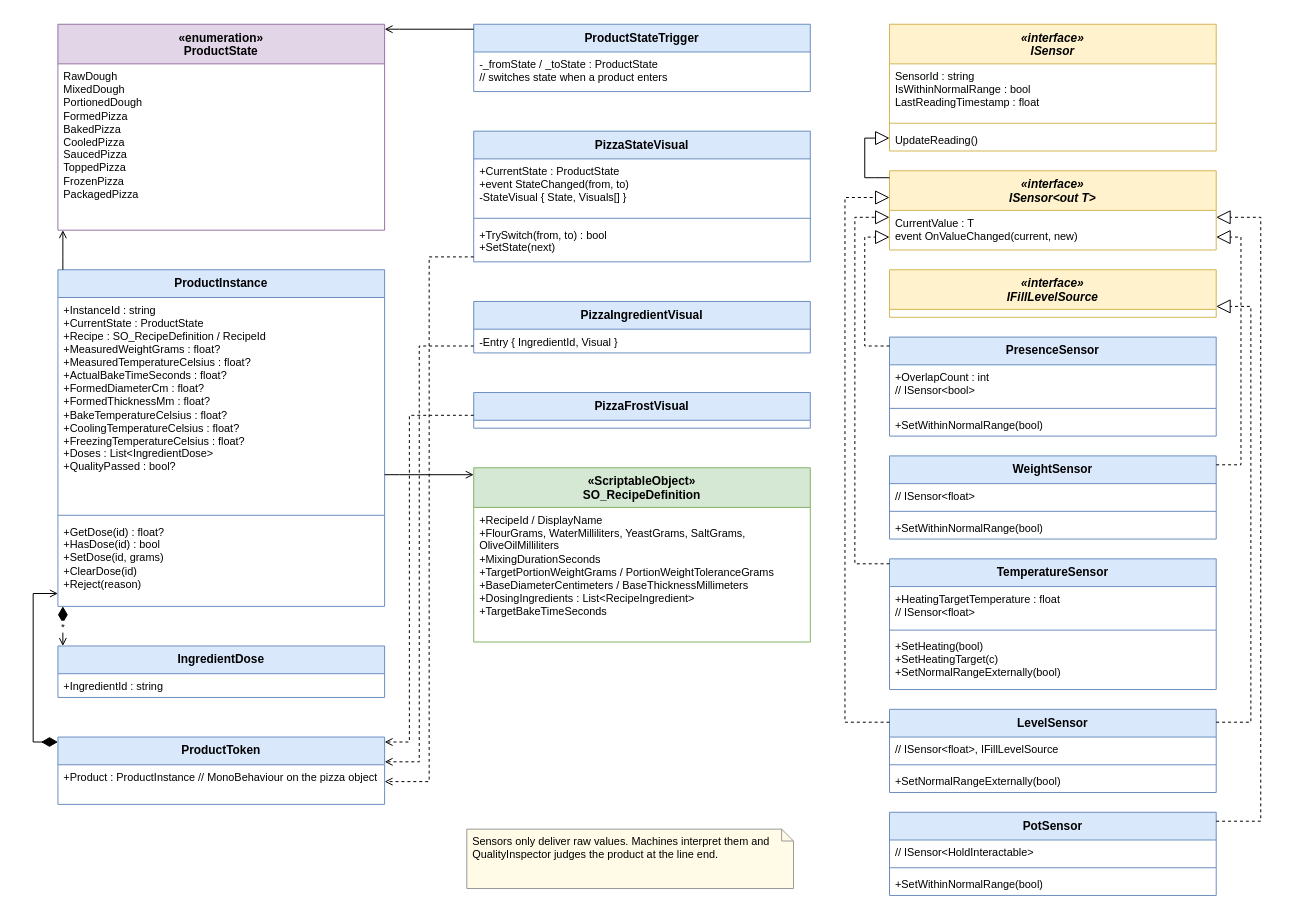
Earlier version of the draw.io diagram page "5 Product & Sensors" (5 of 11) of Docs/UML/FPS-UML.drawio (letusgetLogic/food-production-simulator). Source tidied: cells renumbered, new cells numbered last; positions are measured from the earlier drawing's top-left corner, leaving out a move shared by most shapes. Both pictures are drawn from the tidied source at 99%, with x=0, y=0 at pixel (33, 24).
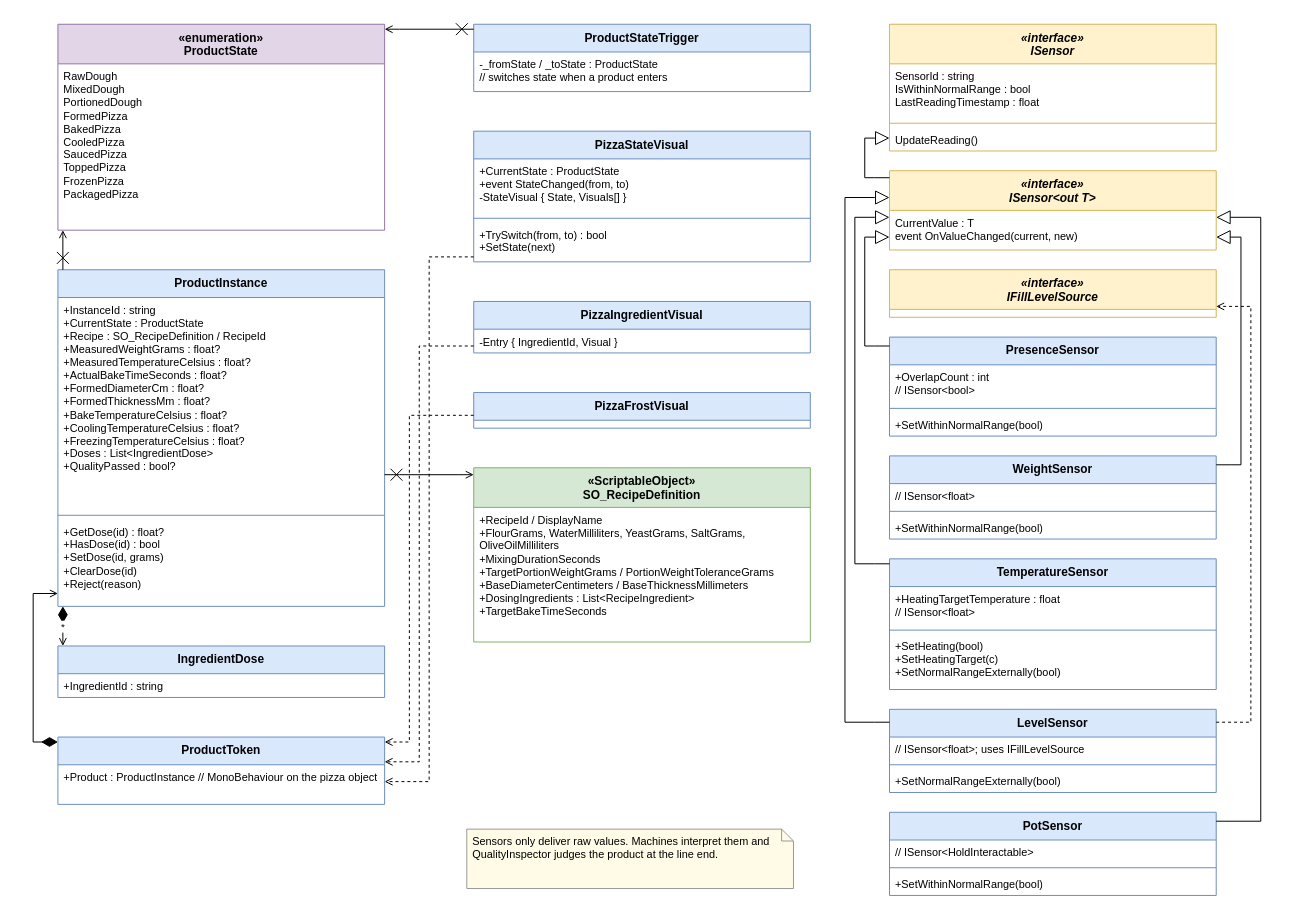
After the change.

Unchanged cells that the change refers to:
```xml
<mxCell id="2" value="«enumeration»&lt;br&gt;ProductState" style="swimlane;fontStyle=1;align=center;verticalAlign=top;horizontal=1;startSize=40;whiteSpace=wrap;html=1;fillColor=#e1d5e7;strokeColor=#9673a6;" parent="1" vertex="1">
  <mxGeometry x="25" width="330" height="208" as="geometry" />
</mxCell>
<mxCell id="4" value="ProductInstance" style="swimlane;fontStyle=1;align=center;verticalAlign=top;horizontal=1;startSize=28;whiteSpace=wrap;html=1;fillColor=#dae8fc;strokeColor=#6c8ebf;" parent="1" vertex="1">
  <mxGeometry x="25" y="248" width="330" height="340" as="geometry" />
</mxCell>
<mxCell id="12" value="ProductStateTrigger" style="swimlane;fontStyle=1;align=center;verticalAlign=top;horizontal=1;startSize=28;whiteSpace=wrap;html=1;fillColor=#dae8fc;strokeColor=#6c8ebf;" parent="1" vertex="1">
  <mxGeometry x="445" width="340" height="68" as="geometry" />
</mxCell>
<mxCell id="22" value="«ScriptableObject»&lt;br&gt;SO_RecipeDefinition" style="swimlane;fontStyle=1;align=center;verticalAlign=top;horizontal=1;startSize=40;whiteSpace=wrap;html=1;fillColor=#d5e8d4;strokeColor=#82b366;" parent="1" vertex="1">
  <mxGeometry x="445" y="448" width="340" height="176" as="geometry" />
</mxCell>
<mxCell id="28" value="«interface»&lt;br&gt;ISensor&amp;lt;out T&amp;gt;" style="swimlane;fontStyle=3;align=center;verticalAlign=top;horizontal=1;startSize=40;whiteSpace=wrap;html=1;fillColor=#fff2cc;strokeColor=#d6b656;" parent="1" vertex="1">
  <mxGeometry x="865" y="148" width="330" height="80" as="geometry" />
</mxCell>
<mxCell id="30" value="«interface»&lt;br&gt;IFillLevelSource" style="swimlane;fontStyle=3;align=center;verticalAlign=top;horizontal=1;startSize=40;whiteSpace=wrap;html=1;fillColor=#fff2cc;strokeColor=#d6b656;" parent="1" vertex="1">
  <mxGeometry x="865" y="248" width="330" height="48" as="geometry" />
</mxCell>
<mxCell id="32" value="PresenceSensor" style="swimlane;fontStyle=1;align=center;verticalAlign=top;horizontal=1;startSize=28;whiteSpace=wrap;html=1;fillColor=#dae8fc;strokeColor=#6c8ebf;" parent="1" vertex="1">
  <mxGeometry x="865" y="316" width="330" height="100" as="geometry" />
</mxCell>
<mxCell id="36" value="WeightSensor" style="swimlane;fontStyle=1;align=center;verticalAlign=top;horizontal=1;startSize=28;whiteSpace=wrap;html=1;fillColor=#dae8fc;strokeColor=#6c8ebf;" parent="1" vertex="1">
  <mxGeometry x="865" y="436" width="330" height="84" as="geometry" />
</mxCell>
<mxCell id="40" value="TemperatureSensor" style="swimlane;fontStyle=1;align=center;verticalAlign=top;horizontal=1;startSize=28;whiteSpace=wrap;html=1;fillColor=#dae8fc;strokeColor=#6c8ebf;" parent="1" vertex="1">
  <mxGeometry x="865" y="540" width="330" height="132" as="geometry" />
</mxCell>
<mxCell id="44" value="LevelSensor" style="swimlane;fontStyle=1;align=center;verticalAlign=top;horizontal=1;startSize=28;whiteSpace=wrap;html=1;fillColor=#dae8fc;strokeColor=#6c8ebf;" parent="1" vertex="1">
  <mxGeometry x="865" y="692" width="330" height="84" as="geometry" />
</mxCell>
<mxCell id="48" value="PotSensor" style="swimlane;fontStyle=1;align=center;verticalAlign=top;horizontal=1;startSize=28;whiteSpace=wrap;html=1;fillColor=#dae8fc;strokeColor=#6c8ebf;" parent="1" vertex="1">
  <mxGeometry x="865" y="796" width="330" height="84" as="geometry" />
</mxCell>
```

Change to the diagram source:
```diff
@@
-    <mxCell id="45" value="// ISensor&amp;lt;float&amp;gt;, IFillLevelSource" style="text;strokeColor=none;fillColor=none;align=left;verticalAlign=top;spacingLeft=4;spacingRight=4;overflow=hidden;whiteSpace=wrap;html=1;fontSize=11;" parent="44" vertex="1">
+    <mxCell id="45" value="// ISensor&amp;lt;float&amp;gt;; uses IFillLevelSource" style="text;strokeColor=none;fillColor=none;align=left;verticalAlign=top;spacingLeft=4;spacingRight=4;overflow=hidden;whiteSpace=wrap;html=1;fontSize=11;" parent="44" vertex="1">
       <mxGeometry y="28" width="330" height="24" as="geometry" />
     </mxCell>
@@
-    <mxCell id="54" style="html=1;rounded=0;fontSize=10;labelBackgroundColor=#ffffff;edgeStyle=none;endArrow=block;endFill=0;endSize=12;dashed=1;exitX=0.0000;exitY=0.0900;exitDx=0;exitDy=0;entryX=0.0000;entryY=0.8375;entryDx=0;entryDy=0;" parent="1" edge="1" source="32" target="28">
+    <mxCell id="54" style="html=1;rounded=0;fontSize=10;labelBackgroundColor=#ffffff;edgeStyle=none;endArrow=block;endFill=0;endSize=12;exitX=0.0000;exitY=0.0900;exitDx=0;exitDy=0;entryX=0.0000;entryY=0.8375;entryDx=0;entryDy=0;" parent="1" edge="1" source="32" target="28">
       <mxGeometry relative="1" as="geometry">
         <Array as="points">
           <mxPoint x="850" y="325" />
           <mxPoint x="840" y="325" />
           <mxPoint x="840" y="215" />
           <mxPoint x="850" y="215" />
         </Array>
       </mxGeometry>
     </mxCell>
@@
-    <mxCell id="56" style="html=1;rounded=0;fontSize=10;labelBackgroundColor=#ffffff;edgeStyle=none;endArrow=block;endFill=0;endSize=12;dashed=1;exitX=1.0000;exitY=0.1071;exitDx=0;exitDy=0;entryX=1.0000;entryY=0.8375;entryDx=0;entryDy=0;" parent="1" edge="1" source="36" target="28">
+    <mxCell id="56" style="html=1;rounded=0;fontSize=10;labelBackgroundColor=#ffffff;edgeStyle=none;endArrow=block;endFill=0;endSize=12;exitX=1.0000;exitY=0.1071;exitDx=0;exitDy=0;entryX=1.0000;entryY=0.8375;entryDx=0;entryDy=0;" parent="1" edge="1" source="36" target="28">
       <mxGeometry relative="1" as="geometry">
         <Array as="points">
           <mxPoint x="1210" y="445" />
           <mxPoint x="1220" y="445" />
           <mxPoint x="1220" y="215" />
           <mxPoint x="1210" y="215" />
         </Array>
       </mxGeometry>
     </mxCell>
-    <mxCell id="57" style="html=1;rounded=0;fontSize=10;labelBackgroundColor=#ffffff;edgeStyle=none;endArrow=open;endFill=0;exitX=0.0152;exitY=0.0000;exitDx=0;exitDy=0;entryX=0.0152;entryY=1.0000;entryDx=0;entryDy=0;" parent="1" edge="1" source="4" target="2">
+    <mxCell id="57" style="html=1;rounded=0;fontSize=10;labelBackgroundColor=#ffffff;edgeStyle=none;endArrow=open;endFill=0;exitX=0.0152;exitY=0.0000;exitDx=0;exitDy=0;entryX=0.0152;entryY=1.0000;entryDx=0;entryDy=0;startArrow=cross;startSize=10;startFill=0;" parent="1" edge="1" source="4" target="2">
       <mxGeometry relative="1" as="geometry">
         <Array as="points">
           <mxPoint x="30" y="235" />
           <mxPoint x="30" y="225" />
         </Array>
       </mxGeometry>
     </mxCell>
@@
-    <mxCell id="59" style="html=1;rounded=0;fontSize=10;labelBackgroundColor=#ffffff;edgeStyle=none;endArrow=block;endFill=0;endSize=12;dashed=1;exitX=0.0000;exitY=0.0379;exitDx=0;exitDy=0;entryX=0.0000;entryY=0.5875;entryDx=0;entryDy=0;" parent="1" edge="1" source="40" target="28">
+    <mxCell id="59" style="html=1;rounded=0;fontSize=10;labelBackgroundColor=#ffffff;edgeStyle=none;endArrow=block;endFill=0;endSize=12;exitX=0.0000;exitY=0.0379;exitDx=0;exitDy=0;entryX=0.0000;entryY=0.5875;entryDx=0;entryDy=0;" parent="1" edge="1" source="40" target="28">
       <mxGeometry relative="1" as="geometry">
         <Array as="points">
           <mxPoint x="850" y="545" />
           <mxPoint x="830" y="545" />
           <mxPoint x="830" y="195" />
           <mxPoint x="850" y="195" />
         </Array>
       </mxGeometry>
     </mxCell>
-    <mxCell id="60" style="html=1;rounded=0;fontSize=10;labelBackgroundColor=#ffffff;edgeStyle=none;endArrow=block;endFill=0;endSize=12;dashed=1;exitX=1.0000;exitY=0.1548;exitDx=0;exitDy=0;entryX=1.0000;entryY=0.7708;entryDx=0;entryDy=0;" parent="1" edge="1" source="44" target="30">
+    <mxCell id="60" style="html=1;rounded=0;fontSize=10;labelBackgroundColor=#ffffff;edgeStyle=none;endArrow=open;endFill=0;dashed=1;exitX=1.0000;exitY=0.1548;exitDx=0;exitDy=0;entryX=1.0000;entryY=0.7708;entryDx=0;entryDy=0;" parent="1" edge="1" source="44" target="30">
       <mxGeometry relative="1" as="geometry">
         <Array as="points">
           <mxPoint x="1210" y="705" />
           <mxPoint x="1230" y="705" />
           <mxPoint x="1230" y="285" />
           <mxPoint x="1210" y="285" />
         </Array>
       </mxGeometry>
     </mxCell>
-    <mxCell id="61" style="html=1;rounded=0;fontSize=10;labelBackgroundColor=#ffffff;edgeStyle=none;endArrow=open;endFill=0;exitX=0.0000;exitY=0.0735;exitDx=0;exitDy=0;entryX=1.0000;entryY=0.0240;entryDx=0;entryDy=0;" parent="1" edge="1" source="12" target="2">
+    <mxCell id="61" style="html=1;rounded=0;fontSize=10;labelBackgroundColor=#ffffff;edgeStyle=none;endArrow=open;endFill=0;exitX=0.0000;exitY=0.0735;exitDx=0;exitDy=0;entryX=1.0000;entryY=0.0240;entryDx=0;entryDy=0;startArrow=cross;startSize=10;startFill=0;" parent="1" edge="1" source="12" target="2">
       <mxGeometry relative="1" as="geometry">
         <Array as="points">
           <mxPoint x="430" y="5" />
           <mxPoint x="370" y="5" />
         </Array>
       </mxGeometry>
     </mxCell>
-    <mxCell id="62" style="html=1;rounded=0;fontSize=10;labelBackgroundColor=#ffffff;edgeStyle=none;endArrow=open;endFill=0;exitX=1.0000;exitY=0.6088;exitDx=0;exitDy=0;entryX=0.0000;entryY=0.0398;entryDx=0;entryDy=0;" parent="1" edge="1" source="4" target="22">
+    <mxCell id="62" style="html=1;rounded=0;fontSize=10;labelBackgroundColor=#ffffff;edgeStyle=none;endArrow=open;endFill=0;exitX=1.0000;exitY=0.6088;exitDx=0;exitDy=0;entryX=0.0000;entryY=0.0398;entryDx=0;entryDy=0;startArrow=cross;startSize=10;startFill=0;" parent="1" edge="1" source="4" target="22">
       <mxGeometry relative="1" as="geometry">
         <Array as="points">
           <mxPoint x="370" y="455" />
           <mxPoint x="430" y="455" />
         </Array>
       </mxGeometry>
     </mxCell>
-    <mxCell id="63" style="html=1;rounded=0;fontSize=10;labelBackgroundColor=#ffffff;edgeStyle=none;endArrow=block;endFill=0;endSize=12;dashed=1;exitX=0.0000;exitY=0.1548;exitDx=0;exitDy=0;entryX=0.0000;entryY=0.3375;entryDx=0;entryDy=0;" parent="1" edge="1" source="44" target="28">
+    <mxCell id="63" style="html=1;rounded=0;fontSize=10;labelBackgroundColor=#ffffff;edgeStyle=none;endArrow=block;endFill=0;endSize=12;exitX=0.0000;exitY=0.1548;exitDx=0;exitDy=0;entryX=0.0000;entryY=0.3375;entryDx=0;entryDy=0;" parent="1" edge="1" source="44" target="28">
       <mxGeometry relative="1" as="geometry">
         <Array as="points">
           <mxPoint x="850" y="705" />
           <mxPoint x="820" y="705" />
           <mxPoint x="820" y="175" />
           <mxPoint x="850" y="175" />
         </Array>
       </mxGeometry>
     </mxCell>
-    <mxCell id="64" style="html=1;rounded=0;fontSize=10;labelBackgroundColor=#ffffff;edgeStyle=none;endArrow=block;endFill=0;endSize=12;dashed=1;exitX=1.0000;exitY=0.1071;exitDx=0;exitDy=0;entryX=1.0000;entryY=0.5875;entryDx=0;entryDy=0;" parent="1" edge="1" source="48" target="28">
+    <mxCell id="64" style="html=1;rounded=0;fontSize=10;labelBackgroundColor=#ffffff;edgeStyle=none;endArrow=block;endFill=0;endSize=12;exitX=1.0000;exitY=0.1071;exitDx=0;exitDy=0;entryX=1.0000;entryY=0.5875;entryDx=0;entryDy=0;" parent="1" edge="1" source="48" target="28">
       <mxGeometry relative="1" as="geometry">
         <Array as="points">
           <mxPoint x="1210" y="805" />
           <mxPoint x="1240" y="805" />
           <mxPoint x="1240" y="195" />
           <mxPoint x="1210" y="195" />
         </Array>
       </mxGeometry>
     </mxCell>
```
